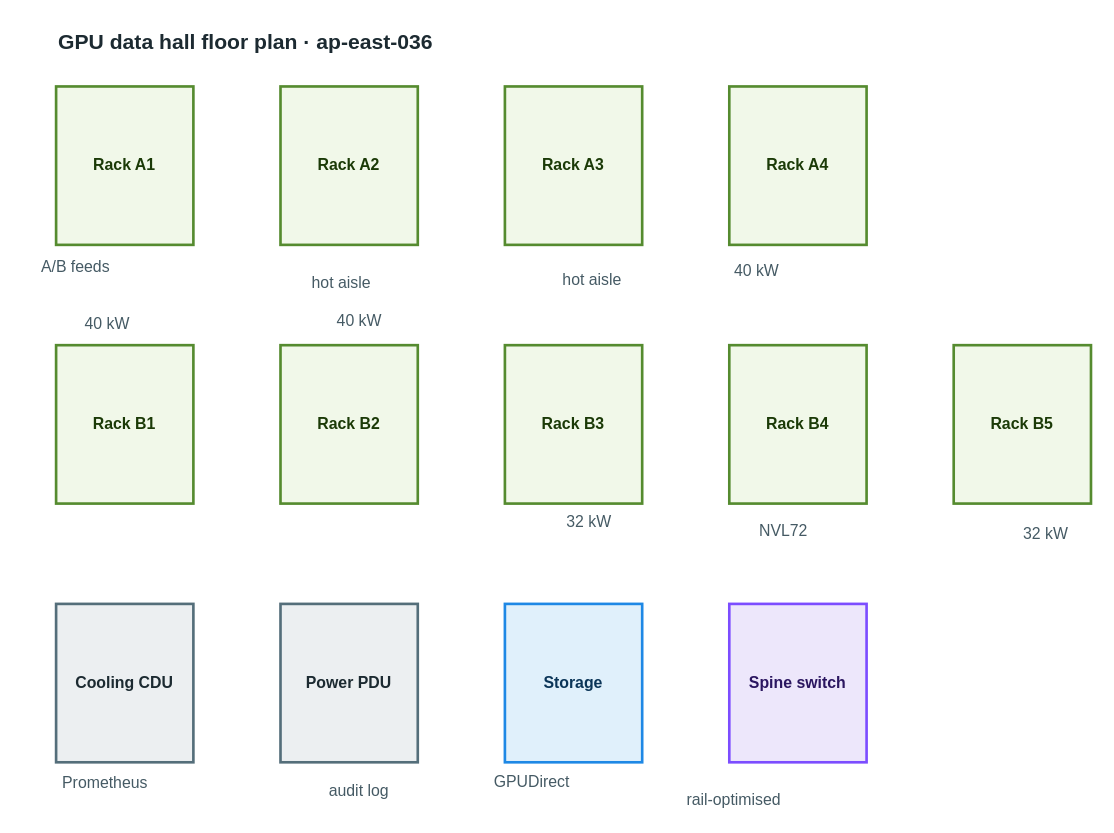
This is apps/web/public/samples/library/036-gpu-data-hall-floor-plan.drawio from AryanG01/open-apprentice, a draw.io file, before an edit. Source tidied: cells renumbered, new cells numbered last; positions are measured from the earlier drawing's top-left corner, leaving out a move shared by most shapes. Both pictures are drawn from the tidied source at 132%, with x=0, y=0 at pixel (41, 22).
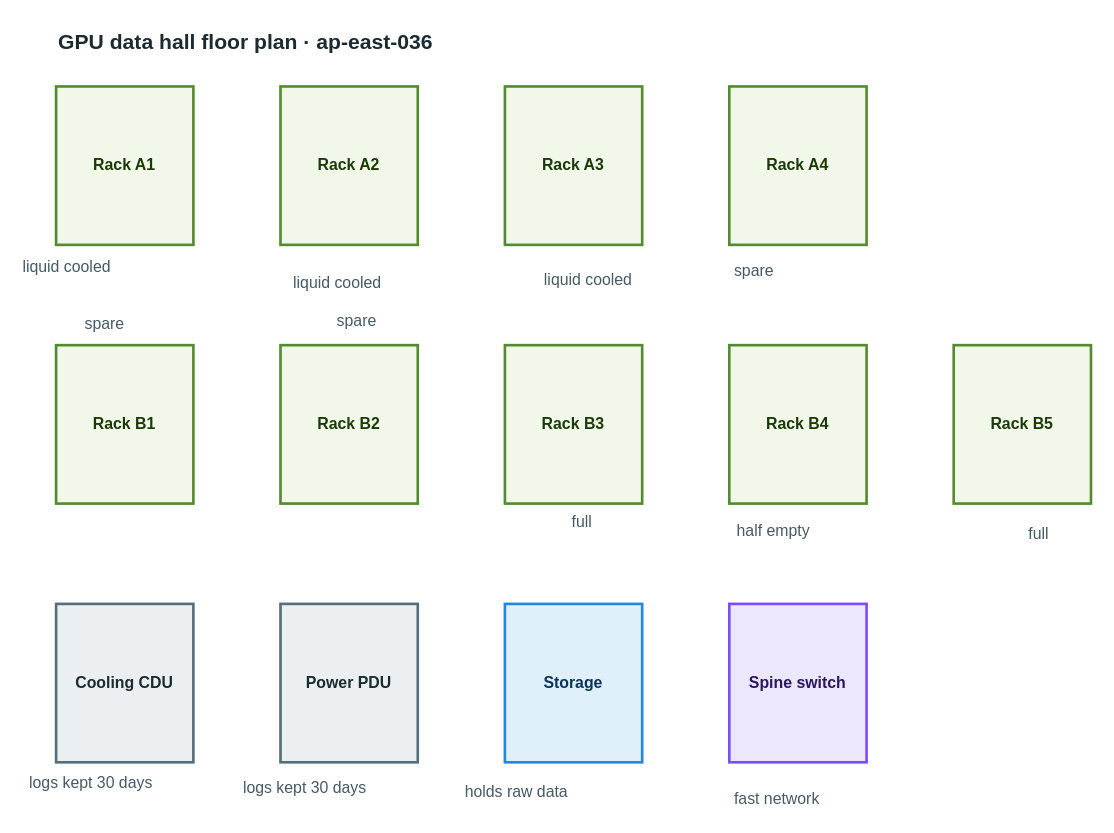
The same diagram, later.

Change to the diagram source:
```diff
@@
-    <mxCell id="16" value="A/B feeds" style="text;html=1;align=left;verticalAlign=top;whiteSpace=nowrap;spacing=0;spacingTop=0;strokeColor=none;fillColor=none;fontSize=12;fontColor=#455a64;" parent="1" vertex="1">
-      <mxGeometry y="173" width="75" height="20" as="geometry" />
+    <mxCell id="16" value="liquid cooled" style="text;html=1;align=left;verticalAlign=top;whiteSpace=nowrap;spacing=0;spacingTop=0;strokeColor=none;fillColor=none;fontSize=12;fontColor=#455a64;" parent="1" vertex="1">
+      <mxGeometry x="-14" y="173" width="103" height="20" as="geometry" />
     </mxCell>
-    <mxCell id="17" value="hot aisle" style="text;html=1;align=left;verticalAlign=top;whiteSpace=nowrap;spacing=0;spacingTop=0;strokeColor=none;fillColor=none;fontSize=12;fontColor=#455a64;" parent="1" vertex="1">
-      <mxGeometry x="205" y="185" width="75" height="20" as="geometry" />
+    <mxCell id="17" value="liquid cooled" style="text;html=1;align=left;verticalAlign=top;whiteSpace=nowrap;spacing=0;spacingTop=0;strokeColor=none;fillColor=none;fontSize=12;fontColor=#455a64;" parent="1" vertex="1">
+      <mxGeometry x="191" y="185" width="103" height="20" as="geometry" />
     </mxCell>
-    <mxCell id="18" value="hot aisle" style="text;html=1;align=left;verticalAlign=top;whiteSpace=nowrap;spacing=0;spacingTop=0;strokeColor=none;fillColor=none;fontSize=12;fontColor=#455a64;" parent="1" vertex="1">
-      <mxGeometry x="395" y="183" width="75" height="20" as="geometry" />
+    <mxCell id="18" value="liquid cooled" style="text;html=1;align=left;verticalAlign=top;whiteSpace=nowrap;spacing=0;spacingTop=0;strokeColor=none;fillColor=none;fontSize=12;fontColor=#455a64;" parent="1" vertex="1">
+      <mxGeometry x="381" y="183" width="103" height="20" as="geometry" />
     </mxCell>
-    <mxCell id="19" value="40 kW" style="text;html=1;align=left;verticalAlign=top;whiteSpace=nowrap;spacing=0;spacingTop=0;strokeColor=none;fillColor=none;fontSize=12;fontColor=#455a64;" parent="1" vertex="1">
+    <mxCell id="19" value="spare" style="text;html=1;align=left;verticalAlign=top;whiteSpace=nowrap;spacing=0;spacingTop=0;strokeColor=none;fillColor=none;fontSize=12;fontColor=#455a64;" parent="1" vertex="1">
       <mxGeometry x="525" y="176" width="47" height="20" as="geometry" />
     </mxCell>
-    <mxCell id="20" value="40 kW" style="text;html=1;align=left;verticalAlign=top;whiteSpace=nowrap;spacing=0;spacingTop=0;strokeColor=none;fillColor=none;fontSize=12;fontColor=#455a64;" parent="1" vertex="1">
+    <mxCell id="20" value="spare" style="text;html=1;align=left;verticalAlign=top;whiteSpace=nowrap;spacing=0;spacingTop=0;strokeColor=none;fillColor=none;fontSize=12;fontColor=#455a64;" parent="1" vertex="1">
       <mxGeometry x="33" y="216" width="47" height="20" as="geometry" />
     </mxCell>
-    <mxCell id="21" value="40 kW" style="text;html=1;align=left;verticalAlign=top;whiteSpace=nowrap;spacing=0;spacingTop=0;strokeColor=none;fillColor=none;fontSize=12;fontColor=#455a64;" parent="1" vertex="1">
+    <mxCell id="21" value="spare" style="text;html=1;align=left;verticalAlign=top;whiteSpace=nowrap;spacing=0;spacingTop=0;strokeColor=none;fillColor=none;fontSize=12;fontColor=#455a64;" parent="1" vertex="1">
       <mxGeometry x="224" y="214" width="47" height="20" as="geometry" />
     </mxCell>
-    <mxCell id="22" value="32 kW" style="text;html=1;align=left;verticalAlign=top;whiteSpace=nowrap;spacing=0;spacingTop=0;strokeColor=none;fillColor=none;fontSize=12;fontColor=#455a64;" parent="1" vertex="1">
-      <mxGeometry x="398" y="366" width="47" height="20" as="geometry" />
+    <mxCell id="22" value="full" style="text;html=1;align=left;verticalAlign=top;whiteSpace=nowrap;spacing=0;spacingTop=0;strokeColor=none;fillColor=none;fontSize=12;fontColor=#455a64;" parent="1" vertex="1">
+      <mxGeometry x="402" y="366" width="40" height="20" as="geometry" />
     </mxCell>
-    <mxCell id="23" value="NVL72" style="text;html=1;align=left;verticalAlign=top;whiteSpace=nowrap;spacing=0;spacingTop=0;strokeColor=none;fillColor=none;fontSize=12;fontColor=#455a64;" parent="1" vertex="1">
-      <mxGeometry x="544" y="373" width="47" height="20" as="geometry" />
+    <mxCell id="23" value="half empty" style="text;html=1;align=left;verticalAlign=top;whiteSpace=nowrap;spacing=0;spacingTop=0;strokeColor=none;fillColor=none;fontSize=12;fontColor=#455a64;" parent="1" vertex="1">
+      <mxGeometry x="527" y="373" width="82" height="20" as="geometry" />
     </mxCell>
-    <mxCell id="24" value="32 kW" style="text;html=1;align=left;verticalAlign=top;whiteSpace=nowrap;spacing=0;spacingTop=0;strokeColor=none;fillColor=none;fontSize=12;fontColor=#455a64;" parent="1" vertex="1">
-      <mxGeometry x="744" y="375" width="47" height="20" as="geometry" />
+    <mxCell id="24" value="full" style="text;html=1;align=left;verticalAlign=top;whiteSpace=nowrap;spacing=0;spacingTop=0;strokeColor=none;fillColor=none;fontSize=12;fontColor=#455a64;" parent="1" vertex="1">
+      <mxGeometry x="748" y="375" width="40" height="20" as="geometry" />
     </mxCell>
-    <mxCell id="25" value="Prometheus" style="text;html=1;align=left;verticalAlign=top;whiteSpace=nowrap;spacing=0;spacingTop=0;strokeColor=none;fillColor=none;fontSize=12;fontColor=#455a64;" parent="1" vertex="1">
-      <mxGeometry x="16" y="564" width="82" height="20" as="geometry" />
+    <mxCell id="25" value="logs kept 30 days" style="text;html=1;align=left;verticalAlign=top;whiteSpace=nowrap;spacing=0;spacingTop=0;strokeColor=none;fillColor=none;fontSize=12;fontColor=#455a64;" parent="1" vertex="1">
+      <mxGeometry x="-9" y="564" width="131" height="20" as="geometry" />
     </mxCell>
-    <mxCell id="26" value="audit log" style="text;html=1;align=left;verticalAlign=top;whiteSpace=nowrap;spacing=0;spacingTop=0;strokeColor=none;fillColor=none;fontSize=12;fontColor=#455a64;" parent="1" vertex="1">
-      <mxGeometry x="218" y="570" width="75" height="20" as="geometry" />
+    <mxCell id="26" value="logs kept 30 days" style="text;html=1;align=left;verticalAlign=top;whiteSpace=nowrap;spacing=0;spacingTop=0;strokeColor=none;fillColor=none;fontSize=12;fontColor=#455a64;" parent="1" vertex="1">
+      <mxGeometry x="153" y="568" width="131" height="20" as="geometry" />
     </mxCell>
-    <mxCell id="27" value="GPUDirect" style="text;html=1;align=left;verticalAlign=top;whiteSpace=nowrap;spacing=0;spacingTop=0;strokeColor=none;fillColor=none;fontSize=12;fontColor=#455a64;" parent="1" vertex="1">
-      <mxGeometry x="343" y="563" width="75" height="20" as="geometry" />
+    <mxCell id="27" value="holds raw data" style="text;html=1;align=left;verticalAlign=top;whiteSpace=nowrap;spacing=0;spacingTop=0;strokeColor=none;fillColor=none;fontSize=12;fontColor=#455a64;" parent="1" vertex="1">
+      <mxGeometry x="321" y="571" width="110" height="20" as="geometry" />
     </mxCell>
-    <mxCell id="28" value="rail-optimised" style="text;html=1;align=left;verticalAlign=top;whiteSpace=nowrap;spacing=0;spacingTop=0;strokeColor=none;fillColor=none;fontSize=12;fontColor=#455a64;" parent="1" vertex="1">
-      <mxGeometry x="489" y="577" width="110" height="20" as="geometry" />
+    <mxCell id="28" value="fast network" style="text;html=1;align=left;verticalAlign=top;whiteSpace=nowrap;spacing=0;spacingTop=0;strokeColor=none;fillColor=none;fontSize=12;fontColor=#455a64;" parent="1" vertex="1">
+      <mxGeometry x="525" y="576" width="96" height="20" as="geometry" />
     </mxCell>
```
